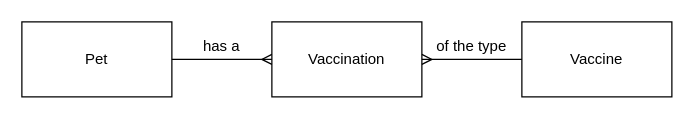
This is H-CS-DDD.drawio from MrFriendCS/MrFriendCS.github.io, a draw.io file, before an edit. Source tidied: cells renumbered, new cells numbered last; positions are measured from the earlier drawing's top-left corner, leaving out a move shared by most shapes. Both pictures are drawn from the tidied source at 125%, with x=0, y=0 at pixel (21, 21).
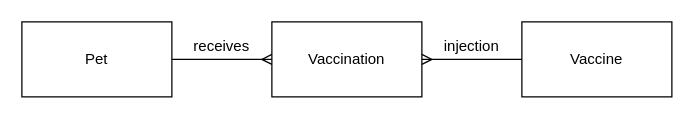
The same diagram, later.

The edit, as a diff of the source:
```diff
@@
 <mxGraphModel>
   <root>
     <mxCell id="0" />
     <mxCell id="1" parent="0" />
     <mxCell id="2" value="Pet" style="rounded=0;whiteSpace=wrap;html=1;" parent="1" vertex="1">
       <mxGeometry width="120" height="60" as="geometry" />
     </mxCell>
     <mxCell id="3" value="Vaccination" style="rounded=0;whiteSpace=wrap;html=1;" parent="1" vertex="1">
       <mxGeometry x="200" width="120" height="60" as="geometry" />
     </mxCell>
     <mxCell id="4" style="edgeStyle=entityRelationEdgeStyle;fontSize=12;html=1;endArrow=ERmany;rounded=0;exitX=1;exitY=0.5;exitDx=0;exitDy=0;entryX=0;entryY=0.5;entryDx=0;entryDy=0;" parent="1" edge="1" source="2" target="3">
       <mxGeometry relative="1" as="geometry" />
     </mxCell>
-    <mxCell id="5" value="has a" style="text;html=1;strokeColor=none;fillColor=none;align=center;verticalAlign=middle;whiteSpace=wrap;rounded=0;" parent="1" vertex="1">
+    <mxCell id="5" value="receives" style="text;html=1;strokeColor=none;fillColor=none;align=center;verticalAlign=middle;whiteSpace=wrap;rounded=0;" parent="1" vertex="1">
       <mxGeometry x="130" y="10" width="60" height="20" as="geometry" />
     </mxCell>
     <mxCell id="6" value="Vaccine" style="rounded=0;whiteSpace=wrap;html=1;" parent="1" vertex="1">
       <mxGeometry x="400" width="120" height="60" as="geometry" />
     </mxCell>
     <mxCell id="7" style="edgeStyle=entityRelationEdgeStyle;fontSize=12;html=1;endArrow=none;rounded=0;exitX=1;exitY=0.5;exitDx=0;exitDy=0;entryX=0;entryY=0.5;entryDx=0;entryDy=0;startArrow=ERmany;startFill=0;endFill=0;" parent="1" edge="1" source="3" target="6">
       <mxGeometry relative="1" as="geometry" />
     </mxCell>
-    <mxCell id="8" value="of the type" style="text;html=1;strokeColor=none;fillColor=none;align=center;verticalAlign=middle;whiteSpace=wrap;rounded=0;" parent="1" vertex="1">
+    <mxCell id="8" value="injection" style="text;html=1;strokeColor=none;fillColor=none;align=center;verticalAlign=middle;whiteSpace=wrap;rounded=0;" parent="1" vertex="1">
       <mxGeometry x="330" y="10" width="60" height="20" as="geometry" />
     </mxCell>
   </root>
 </mxGraphModel>
```
